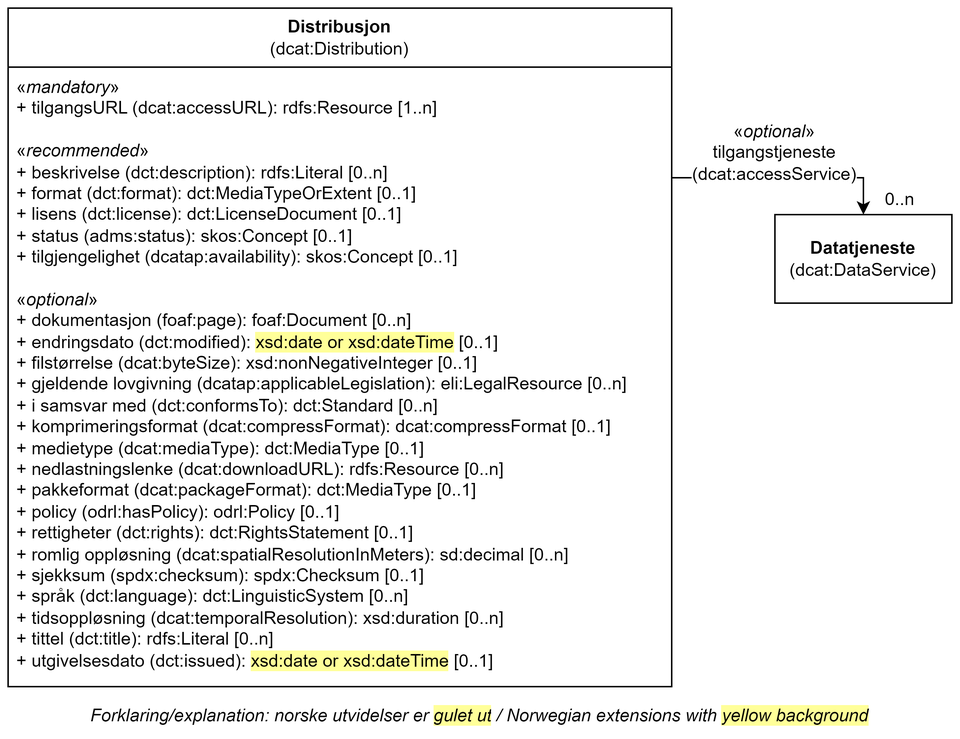
Informasjonsforvaltning/dcat-ap-no keeps this draw.io diagram as docs/images/Klassen-Distribusjon.png. Above is the earlier version. Source tidied: cells renumbered, new cells last; positions are measured from the earlier drawing's top-left corner, leaving out a move shared by most shapes.
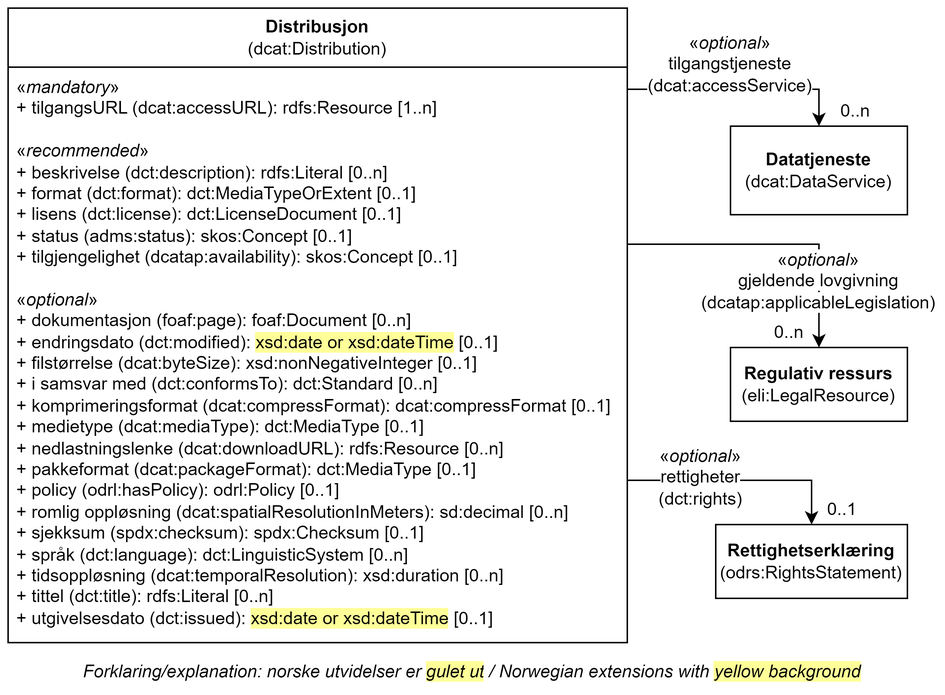
The same file after the commit.

Commit message:
Oppdaterer Distribusjon

Change to the diagram source:
```diff
@@ -3,16 +3,17 @@
     <mxCell id="0" />
     <mxCell id="1" parent="0" />
     <mxCell id="2" value="Distribusjon&lt;br&gt;&lt;span style=&quot;font-weight: normal;&quot;&gt;(dcat:Distribution)&lt;/span&gt;" style="swimlane;whiteSpace=wrap;html=1;startSize=40;" parent="1" vertex="1">
-      <mxGeometry width="450" height="460" as="geometry" />
+      <mxGeometry x="30" y="60" width="420" height="430" as="geometry" />
     </mxCell>
-    <mxCell id="3" value="«&lt;i&gt;mandatory&lt;/i&gt;»&lt;br&gt;+ tilgangsURL (dcat:accessURL): rdfs:Resource [1..n]&lt;br&gt;&lt;br&gt;«&lt;i&gt;recommended&lt;/i&gt;»&lt;br&gt;+ beskrivelse (dct:description): rdfs:Literal [0..n]&lt;br&gt;+ format (dct:format): dct:MediaTypeOrExtent [0..1]&lt;br&gt;+ lisens (dct:license): dct:LicenseDocument [0..1]&lt;br&gt;+ status (adms:status): skos:Concept [0..1]&lt;br&gt;+ tilgjengelighet (dcatap:availability): skos:Concept [0..1]&lt;br&gt;&lt;br&gt;«&lt;i&gt;optional&lt;/i&gt;»&lt;br&gt;+ dokumentasjon (foaf:page): foaf:Document [0..n]&lt;br&gt;+ endringsdato (dct:modified): &lt;span style=&quot;background-color: rgb(255, 255, 153);&quot;&gt;xsd:date or xsd:dateTime&lt;/span&gt; [0..1]&lt;br&gt;+ filstørrelse (dcat:byteSize): xsd:nonNegativeInteger [0..1]&lt;br&gt;+ gjeldende lovgivning (dcatap:applicableLegislation): eli:LegalResource [0..n]&lt;br&gt;+ i samsvar med (dct:conformsTo): dct:Standard [0..n]&lt;br&gt;+ komprimeringsformat (dcat:compressFormat): dcat:compressFormat [0..1]&lt;br&gt;+ medietype (dcat:mediaType): dct:MediaType [0..1]&lt;br&gt;+ nedlastningslenke (dcat:downloadURL): rdfs:Resource [0..n]&lt;br&gt;+ pakkeformat (dcat:packageFormat): dct:MediaType [0..1]&lt;br&gt;+ policy (odrl:hasPolicy): odrl:Policy [0..1]&lt;br&gt;+ rettigheter (dct:rights): dct:RightsStatement [0..1]&lt;br&gt;+ romlig oppløsning (dcat:spatialResolutionInMeters): sd:decimal [0..n]&lt;br&gt;+ sjekksum (spdx:checksum): spdx:Checksum [0..1]&lt;br&gt;+ språk (dct:language): dct:LinguisticSystem [0..n]&lt;br&gt;+ tidsoppløsning (dcat:temporalResolution): xsd:duration [0..n]&lt;br&gt;+ tittel (dct:title): rdfs:Literal [0..n]&lt;br&gt;+ utgivelsesdato (dct:issued): &lt;span style=&quot;background-color: rgb(255, 255, 153);&quot;&gt;xsd:date or xsd:dateTime&lt;/span&gt; [0..1]" style="text;strokeColor=none;fillColor=none;align=left;verticalAlign=top;spacingLeft=4;spacingRight=4;overflow=hidden;whiteSpace=wrap;html=1;" parent="2" vertex="1">
-      <mxGeometry y="40" width="430" height="420" as="geometry" />
+    <mxCell id="3" value="«&lt;i&gt;mandatory&lt;/i&gt;»&lt;br&gt;+ tilgangsURL (dcat:accessURL): rdfs:Resource [1..n]&lt;br&gt;&lt;br&gt;«&lt;i&gt;recommended&lt;/i&gt;»&lt;br&gt;+ beskrivelse (dct:description): rdfs:Literal [0..n]&lt;br&gt;+ format (dct:format): dct:MediaTypeOrExtent [0..1]&lt;br&gt;+ lisens (dct:license): dct:LicenseDocument [0..1]&lt;br&gt;+ status (adms:status): skos:Concept [0..1]&lt;br&gt;+ tilgjengelighet (dcatap:availability): skos:Concept [0..1]&lt;br&gt;&lt;br&gt;«&lt;i&gt;optional&lt;/i&gt;»&lt;br&gt;+ dokumentasjon (foaf:page): foaf:Document [0..n]&lt;br&gt;+ endringsdato (dct:modified): &lt;span style=&quot;background-color: rgb(255, 255, 153);&quot;&gt;xsd:date or xsd:dateTime&lt;/span&gt; [0..1]&lt;br&gt;+ filstørrelse (dcat:byteSize): xsd:nonNegativeInteger [0..1]&lt;br&gt;+ i samsvar med (dct:conformsTo): dct:Standard [0..n]&lt;br&gt;+ komprimeringsformat (dcat:compressFormat): dcat:compressFormat [0..1]&lt;br&gt;+ medietype (dcat:mediaType): dct:MediaType [0..1]&lt;br&gt;+ nedlastningslenke (dcat:downloadURL): rdfs:Resource [0..n]&lt;br&gt;+ pakkeformat (dcat:packageFormat): dct:MediaType [0..1]&lt;br&gt;+ policy (odrl:hasPolicy): odrl:Policy [0..1]&lt;br&gt;+ romlig oppløsning (dcat:spatialResolutionInMeters): sd:decimal [0..n]&lt;br&gt;+ sjekksum (spdx:checksum): spdx:Checksum [0..1]&lt;br&gt;+ språk (dct:language): dct:LinguisticSystem [0..n]&lt;br&gt;+ tidsoppløsning (dcat:temporalResolution): xsd:duration [0..n]&lt;br&gt;+ tittel (dct:title): rdfs:Literal [0..n]&lt;br&gt;+ utgivelsesdato (dct:issued): &lt;span style=&quot;background-color: rgb(255, 255, 153);&quot;&gt;xsd:date or xsd:dateTime&lt;/span&gt; [0..1]" style="text;strokeColor=none;fillColor=none;align=left;verticalAlign=top;spacingLeft=4;spacingRight=4;overflow=hidden;whiteSpace=wrap;html=1;" parent="2" vertex="1">
+      <mxGeometry y="40" width="420" height="380" as="geometry" />
     </mxCell>
     <mxCell id="4" value="&lt;b&gt;Datatjeneste&lt;/b&gt;&lt;br&gt;(dcat:DataService)" style="rounded=0;whiteSpace=wrap;html=1;" parent="1" vertex="1">
       <mxGeometry x="520" y="140" width="120" height="60" as="geometry" />
     </mxCell>
-    <mxCell id="5" style="endArrow=classic;html=1;rounded=0;entryX=0.5;entryY=0;entryDx=0;entryDy=0;exitX=1;exitY=0.25;exitDx=0;exitDy=0;" parent="1" edge="1" source="2" target="4">
+    <mxCell id="5" style="endArrow=classic;html=1;rounded=0;entryX=0.5;entryY=0;entryDx=0;entryDy=0;exitX=1;exitY=0.25;exitDx=0;exitDy=0;" parent="1" edge="1" target="4">
       <mxGeometry relative="1" as="geometry">
+        <mxPoint x="450" y="115" as="sourcePoint" />
         <Array as="points">
           <mxPoint x="580" y="115" />
         </Array>
@@ -25,7 +26,42 @@
       <mxGeometry x="590" y="120" width="30" height="20" as="geometry" />
     </mxCell>
     <mxCell id="8" value="Forklaring/explanation: norske utvidelser er&amp;nbsp;&lt;span style=&quot;background-color: rgb(255, 255, 153);&quot;&gt;gulet ut&lt;/span&gt;&lt;span style=&quot;background-color: rgb(255 , 255 , 255)&quot;&gt;&amp;nbsp;/&amp;nbsp;Norwegian extensions with &lt;/span&gt;&lt;span style=&quot;background-color: rgb(255, 255, 153);&quot;&gt;yellow background&lt;/span&gt;" style="text;html=1;strokeColor=none;fillColor=none;align=center;verticalAlign=middle;whiteSpace=wrap;rounded=0;fontStyle=2;" parent="1" vertex="1">
-      <mxGeometry y="470" width="640" height="20" as="geometry" />
+      <mxGeometry x="30" y="500" width="630" height="20" as="geometry" />
     </mxCell>
+    <mxCell id="9" value="&lt;b&gt;Regulativ ressurs&lt;/b&gt;&lt;br&gt;(eli:LegalResource)" style="html=1;whiteSpace=wrap;" parent="1" vertex="1">
+      <mxGeometry x="520" y="290" width="120" height="50" as="geometry" />
+    </mxCell>
+    <mxCell id="10" value="0..n" style="text;html=1;strokeColor=none;fillColor=none;align=center;verticalAlign=middle;whiteSpace=wrap;rounded=0;" parent="1" vertex="1">
+      <mxGeometry x="546" y="270" width="28" height="20" as="geometry" />
+    </mxCell>
+    <mxCell id="11" style="endArrow=classic;html=1;rounded=0;" parent="1" edge="1">
+      <mxGeometry relative="1" as="geometry">
+        <mxPoint x="450" y="220" as="sourcePoint" />
+        <mxPoint x="580" y="290" as="targetPoint" />
+        <Array as="points">
+          <mxPoint x="580" y="220" />
+        </Array>
+      </mxGeometry>
+    </mxCell>
+    <mxCell id="12" value="«&lt;i style=&quot;background-color: rgb(255, 255, 255);&quot;&gt;optional&lt;/i&gt;»&lt;br&gt;&lt;span style=&quot;background-color: rgb(255, 255, 255);&quot;&gt;gjeldende lovgivning&lt;br&gt;(dcatap:applicableLegislation)&lt;/span&gt;" style="text;html=1;align=center;verticalAlign=middle;whiteSpace=wrap;rounded=0;" parent="1" vertex="1">
+      <mxGeometry x="550" y="230" width="60" height="30" as="geometry" />
+    </mxCell>
+    <mxCell id="13" value="&lt;b&gt;Rettighetserklæring&lt;/b&gt;&lt;br&gt;(odrs:RightsStatement)" style="html=1;whiteSpace=wrap;" parent="1" vertex="1">
+      <mxGeometry x="510" y="410" width="130" height="50" as="geometry" />
+    </mxCell>
+    <mxCell id="14" style="endArrow=classic;html=1;rounded=0;entryX=0.5;entryY=0;entryDx=0;entryDy=0;" parent="1" edge="1" target="13">
+      <mxGeometry relative="1" as="geometry">
+        <mxPoint x="450" y="380" as="sourcePoint" />
+        <Array as="points">
+          <mxPoint x="575" y="380" />
+        </Array>
+      </mxGeometry>
+    </mxCell>
+    <mxCell id="15" value="&lt;span style=&quot;background-color: rgb(255, 255, 255);&quot;&gt;«&lt;i style=&quot;&quot;&gt;optional&lt;/i&gt;»&lt;br&gt;&lt;span style=&quot;color: rgb(0, 0, 0); font-family: Helvetica; font-size: 12px; font-style: normal; font-variant-ligatures: normal; font-variant-caps: normal; font-weight: 400; letter-spacing: normal; orphans: 2; text-align: left; text-indent: 0px; text-transform: none; widows: 2; word-spacing: 0px; -webkit-text-stroke-width: 0px; white-space: normal; text-decoration-thickness: initial; text-decoration-style: initial; text-decoration-color: initial; float: none; display: inline !important;&quot;&gt;rettigheter (dct:rights)&lt;/span&gt;&lt;/span&gt;&lt;div&gt;&lt;br&gt;&lt;/div&gt;" style="text;html=1;align=center;verticalAlign=middle;whiteSpace=wrap;rounded=0;" parent="1" vertex="1">
+      <mxGeometry x="470" y="370" width="60" height="30" as="geometry" />
+    </mxCell>
+    <mxCell id="16" value="0..1" style="text;html=1;strokeColor=none;fillColor=none;align=center;verticalAlign=middle;whiteSpace=wrap;rounded=0;" parent="1" vertex="1">
+      <mxGeometry x="582" y="390" width="28" height="20" as="geometry" />
+    </mxCell>
   </root>
 </mxGraphModel>
```
